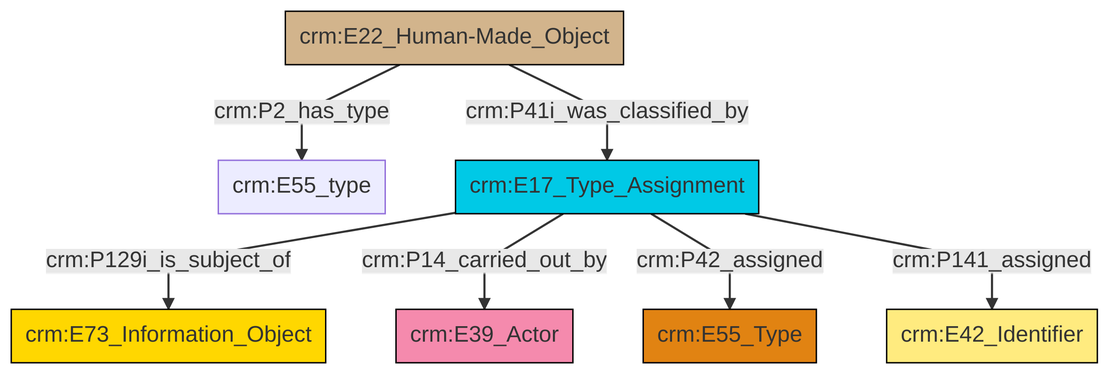
Above: et/builtWorkCSV/ttl/mmd/png/Built_Work_designation_status.png in swiss-art-research-net/reference-data-models (Mermaid), before the change. Its source is kept beside it as et/builtWorkCSV/ttl/mmd/Built_Work_designation_status.ttl.mmd.
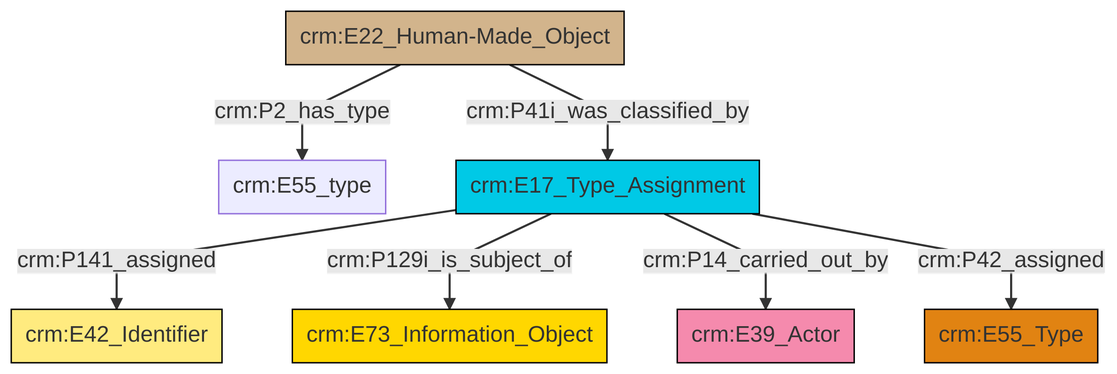
Later version of the same file.

The edit, as a diff of the source:
```diff
@@ -13,9 +13,9 @@
 classDef PC_Classes fill:#4ce600, stroke:#000000;
 classDef Multi fill:#cccccc,stroke:#000000;
 
-2["crm:E22_Human-Made_Object"]:::Physical_Thing -->|crm:P2_has_type| 3["crm:E55_type"]:::Default
-2["crm:E22_Human-Made_Object"]:::Physical_Thing -->|crm:P41i_was_classified_by| 9["crm:E17_Type_Assignment"]:::Temporal_Entity
-9["crm:E17_Type_Assignment"]:::Temporal_Entity -->|crm:P129i_is_subject_of| 0["crm:E73_Information_Object"]:::Conceptual_Object
-9["crm:E17_Type_Assignment"]:::Temporal_Entity -->|crm:P14_carried_out_by| 4["crm:E39_Actor"]:::Actor
-9["crm:E17_Type_Assignment"]:::Temporal_Entity -->|crm:P42_assigned| 7["crm:E55_Type"]:::Type
-9["crm:E17_Type_Assignment"]:::Temporal_Entity -->|crm:P141_assigned| 10["crm:E42_Identifier"]:::Appellation
+0["crm:E22_Human-Made_Object"]:::Physical_Thing -->|crm:P2_has_type| 1["crm:E55_type"]:::Default
+0["crm:E22_Human-Made_Object"]:::Physical_Thing -->|crm:P41i_was_classified_by| 2["crm:E17_Type_Assignment"]:::Temporal_Entity
+2["crm:E17_Type_Assignment"]:::Temporal_Entity -->|crm:P141_assigned| 4["crm:E42_Identifier"]:::Appellation
+2["crm:E17_Type_Assignment"]:::Temporal_Entity -->|crm:P129i_is_subject_of| 6["crm:E73_Information_Object"]:::Conceptual_Object
+2["crm:E17_Type_Assignment"]:::Temporal_Entity -->|crm:P14_carried_out_by| 9["crm:E39_Actor"]:::Actor
+2["crm:E17_Type_Assignment"]:::Temporal_Entity -->|crm:P42_assigned| 7["crm:E55_Type"]:::Type
```
